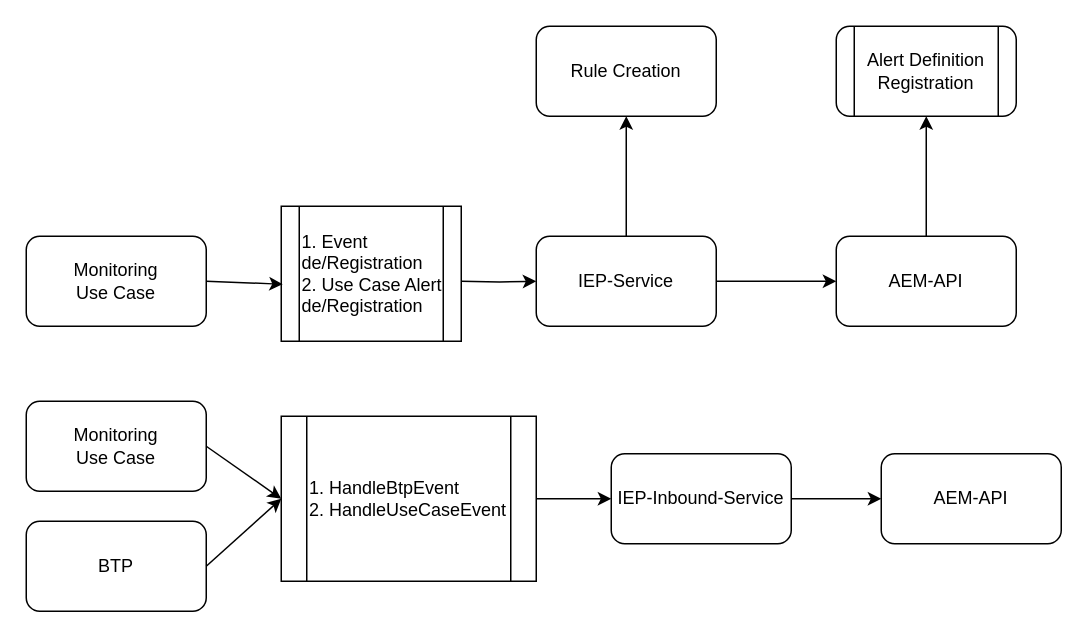
The draw.io diagram page "Page-2" (2 of 3) of Untitled Diagram.drawio in avinash610jha/drawings, before the edit. Source tidied: cells renumbered, new cells numbered last; positions are measured from the earlier drawing's top-left corner, leaving out a move shared by most shapes. Both pictures are drawn from the tidied source at 150%, with x=0, y=0 at pixel (26, 26).
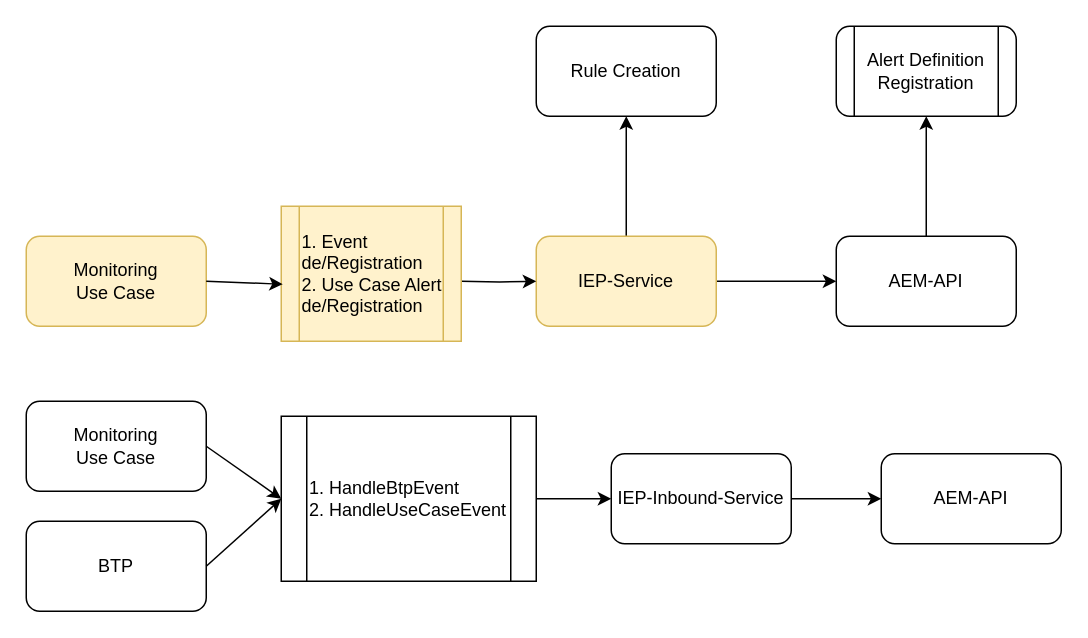
After the change.

Change to the diagram source:
```diff
@@
-    <mxCell id="4" value="IEP-Service" style="rounded=1;whiteSpace=wrap;html=1;" parent="1" vertex="1">
+    <mxCell id="4" value="IEP-Service" style="rounded=1;whiteSpace=wrap;html=1;fillColor=#fff2cc;strokeColor=#d6b656;" parent="1" vertex="1">
       <mxGeometry x="340" y="140" width="120" height="60" as="geometry" />
     </mxCell>
@@
-    <mxCell id="10" value="Monitoring &lt;br&gt;Use Case" style="rounded=1;whiteSpace=wrap;html=1;" parent="1" vertex="1">
+    <mxCell id="10" value="Monitoring &lt;br&gt;Use Case" style="rounded=1;whiteSpace=wrap;html=1;fillColor=#fff2cc;strokeColor=#d6b656;" parent="1" vertex="1">
       <mxGeometry y="140" width="120" height="60" as="geometry" />
     </mxCell>
-    <mxCell id="11" value="1. Event de/Registration&lt;br&gt;2. Use Case Alert de/Registration" style="shape=process;whiteSpace=wrap;html=1;backgroundOutline=1;align=left;" parent="1" vertex="1">
+    <mxCell id="11" value="1. Event de/Registration&lt;br&gt;2. Use Case Alert de/Registration" style="shape=process;whiteSpace=wrap;html=1;backgroundOutline=1;align=left;fillColor=#fff2cc;strokeColor=#d6b656;" parent="1" vertex="1">
       <mxGeometry x="170" y="120" width="120" height="90" as="geometry" />
     </mxCell>
```
